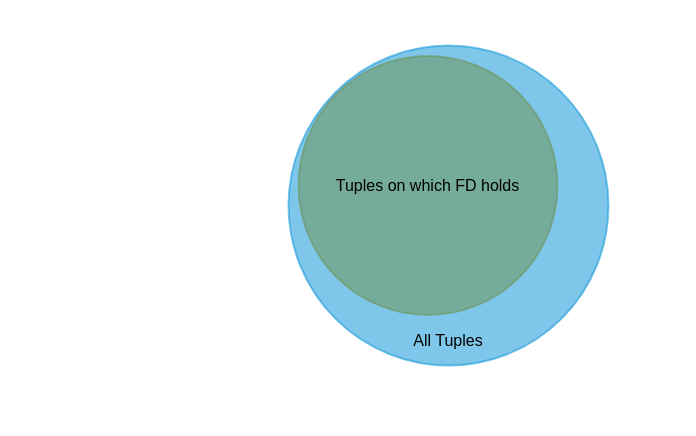
This is thesis/images/drawio/rfds-extent.drawio from felixbiessmann/MLFD, a draw.io file, before an edit. Source tidied: cells renumbered, new cells numbered last; positions are measured from the earlier drawing's top-left corner, leaving out a move shared by most shapes. Both pictures are drawn from the tidied source at 100%, with x=0, y=0 at pixel (288, 45).
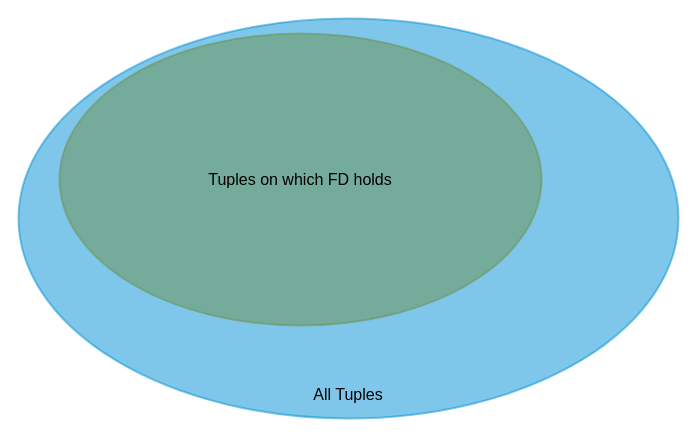
Above is the later version.

Change to the diagram source:
```diff
@@
 <mxGraphModel background="#ffffff">
   <root>
     <mxCell id="0" />
     <mxCell id="1" parent="0" />
-    <mxCell id="2" value="All Tuples" style="ellipse;whiteSpace=wrap;html=1;rounded=1;shadow=0;glass=0;labelBackgroundColor=none;strokeColor=#008FD5;strokeWidth=2;fillColor=#008FD5;gradientColor=none;fontFamily=Palatino;fontSize=16;fontColor=#000000;align=center;opacity=50;spacing=15;verticalAlign=bottom;" parent="1" vertex="1">
-      <mxGeometry width="320" height="320" as="geometry" />
+    <mxCell id="2" value="&lt;div style=&quot;line-height: 100%&quot;&gt;All Tuples&lt;br&gt;&lt;/div&gt;" style="ellipse;whiteSpace=wrap;html=1;rounded=1;shadow=0;glass=0;labelBackgroundColor=none;strokeColor=#008FD5;strokeWidth=2;fillColor=#008FD5;gradientColor=none;fontFamily=Palatino;fontSize=16;fontColor=#000000;align=center;opacity=50;spacing=15;verticalAlign=bottom;horizontal=1;" parent="1" vertex="1">
+      <mxGeometry x="-270" y="-27" width="660" height="400" as="geometry" />
     </mxCell>
-    <mxCell id="3" value="Tuples on which FD holds" style="ellipse;whiteSpace=wrap;html=1;rounded=1;shadow=0;glass=0;labelBackgroundColor=none;strokeColor=#6D904F;strokeWidth=2;fillColor=#6D904F;gradientColor=none;fontFamily=Palatino;fontSize=16;fontColor=#000000;align=center;opacity=50;spacing=15;verticalAlign=middle;" parent="1" vertex="1">
-      <mxGeometry x="10" y="10.5" width="259" height="259" as="geometry" />
+    <mxCell id="3" value="Tuples on which FD holds" style="ellipse;whiteSpace=wrap;html=1;rounded=1;shadow=0;glass=0;labelBackgroundColor=none;strokeColor=#6D904F;strokeWidth=2;fillColor=#6D904F;gradientColor=none;fontFamily=Palatino;fontSize=16;fontColor=#000000;align=center;opacity=50;spacing=15;verticalAlign=middle;horizontal=1;" parent="1" vertex="1">
+      <mxGeometry x="-229" y="-12" width="482" height="292" as="geometry" />
     </mxCell>
   </root>
 </mxGraphModel>
```
